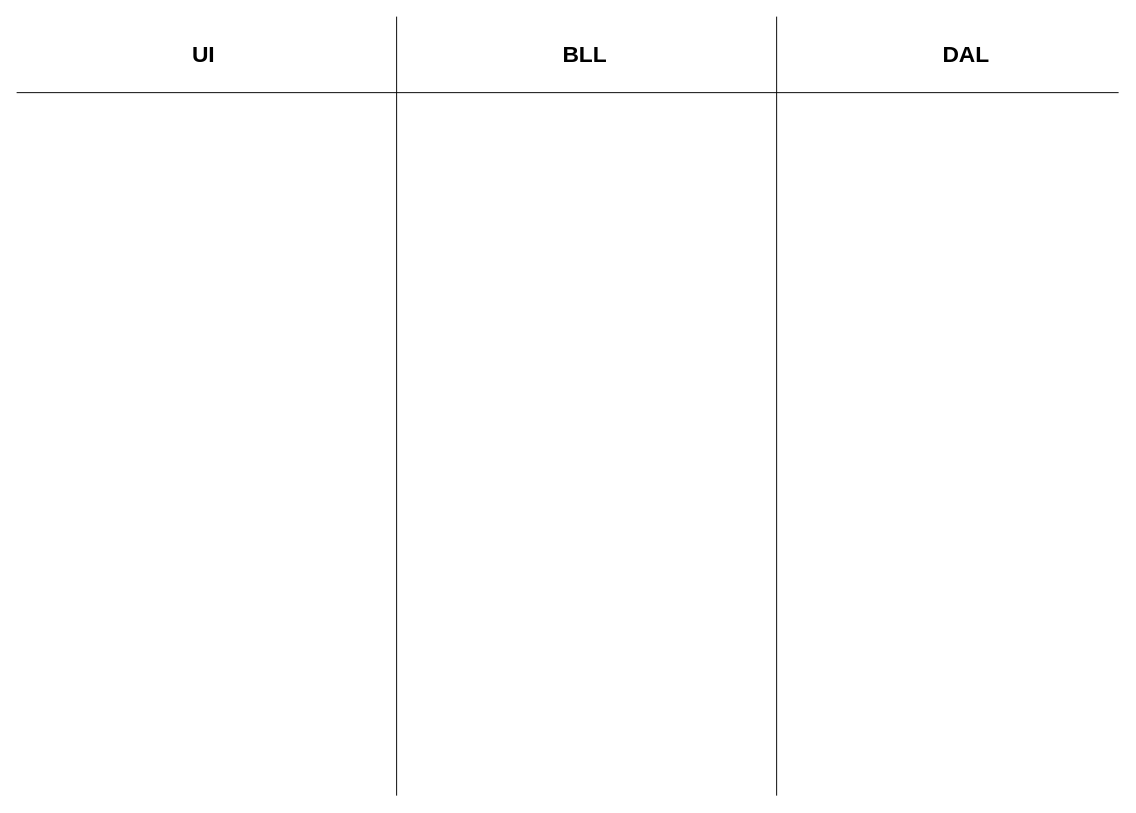
TimSeryakov/draw.io-diagrams keeps this draw.io diagram as Untitled Diagram.drawio. Above is the earlier version. Source tidied: cells renumbered, new cells numbered last; positions are measured from the earlier drawing's top-left corner, leaving out a move shared by most shapes. Both pictures are drawn from the tidied source at 95%, with x=0, y=0 at pixel (16, 16). Pictures stored in the file or linked from it are replaced by grey dashed boxes.
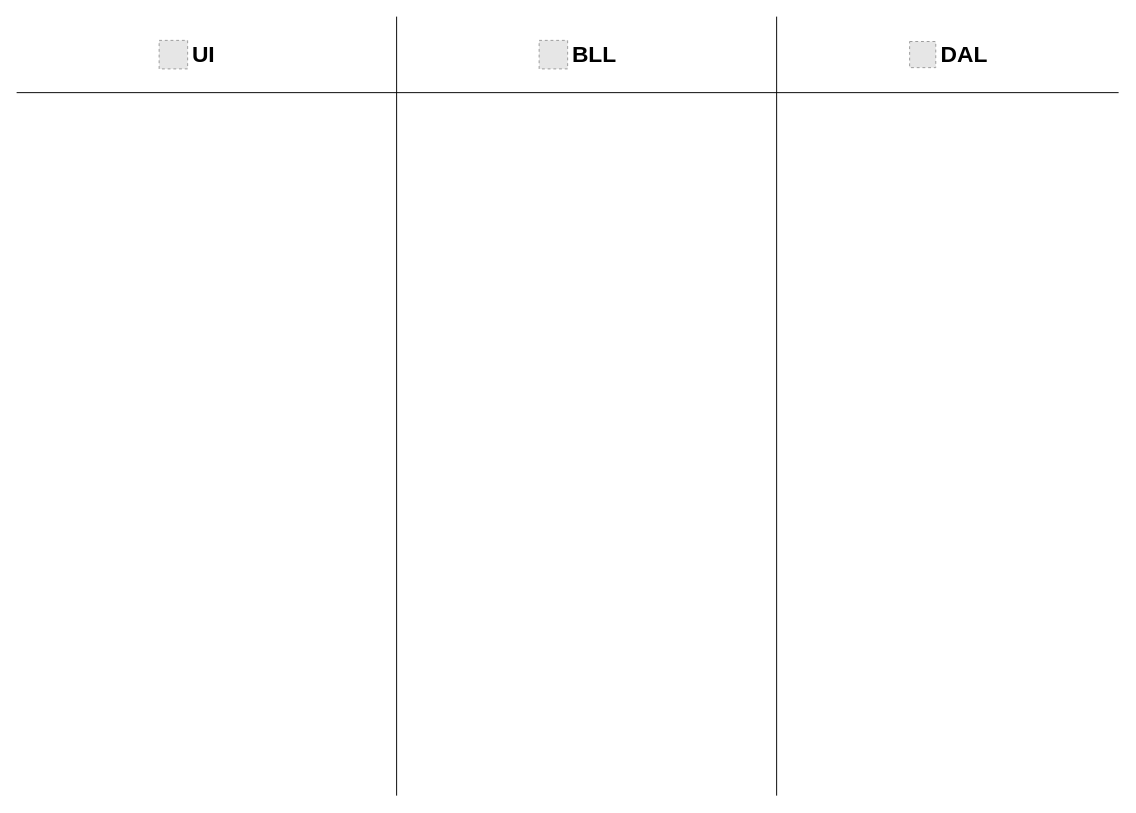
Above is the later version.

Diff of the diagram source:
```diff
@@
 <mxGraphModel>
   <root>
     <mxCell id="0" />
     <mxCell id="1" parent="0" />
     <mxCell id="2" style="endArrow=none;html=1;" parent="1" edge="1">
       <mxGeometry relative="1" as="geometry">
         <mxPoint x="400" y="820" as="sourcePoint" />
         <mxPoint x="400" as="targetPoint" />
       </mxGeometry>
     </mxCell>
     <mxCell id="3" style="endArrow=none;html=1;" parent="1" edge="1">
       <mxGeometry relative="1" as="geometry">
         <mxPoint x="800" y="820" as="sourcePoint" />
         <mxPoint x="800" as="targetPoint" />
       </mxGeometry>
     </mxCell>
     <mxCell id="4" style="endArrow=none;html=1;" parent="1" edge="1">
       <mxGeometry relative="1" as="geometry">
         <mxPoint y="80" as="sourcePoint" />
         <mxPoint x="1160" y="80" as="targetPoint" />
       </mxGeometry>
     </mxCell>
+    <mxCell id="8" style="group;" parent="1" vertex="1">
+      <mxGeometry x="550" y="20" width="90" height="40" as="geometry" />
+    </mxCell>
+    <mxCell id="6" value="&lt;h1&gt;BLL&lt;/h1&gt;" style="text;html=1;strokeColor=none;fillColor=none;spacing=5;spacingTop=-20;whiteSpace=wrap;overflow=hidden;rounded=0;" parent="8" vertex="1">
+      <mxGeometry x="30" width="60" height="40" as="geometry" />
+    </mxCell>
+    <mxCell id="9" style="fillColor=#E6E6E6;strokeColor=#999999;dashed=1;html=1;verticalAlign=top;verticalLabelPosition=bottom;labelBackgroundColor=#ffffff;" parent="8" vertex="1">
+      <mxGeometry y="5" width="30" height="30" as="geometry" />
+    </mxCell>
+    <mxCell id="10" style="group;" parent="1" vertex="1">
+      <mxGeometry x="150" y="20" width="70" height="40" as="geometry" />
+    </mxCell>
-    <mxCell id="5" value="&lt;h1&gt;UI&lt;/h1&gt;" style="text;html=1;strokeColor=none;fillColor=none;spacing=5;spacingTop=-20;whiteSpace=wrap;overflow=hidden;rounded=0;" parent="1" vertex="1">
-      <mxGeometry x="180" y="20" width="40" height="40" as="geometry" />
+    <mxCell id="5" value="&lt;h1&gt;UI&lt;/h1&gt;" style="text;html=1;strokeColor=none;fillColor=none;spacing=5;spacingTop=-20;whiteSpace=wrap;overflow=hidden;rounded=0;" parent="10" vertex="1">
+      <mxGeometry x="30" width="40" height="40" as="geometry" />
     </mxCell>
-    <mxCell id="6" value="&lt;h1&gt;BLL&lt;/h1&gt;" style="text;html=1;strokeColor=none;fillColor=none;spacing=5;spacingTop=-20;whiteSpace=wrap;overflow=hidden;rounded=0;" parent="1" vertex="1">
-      <mxGeometry x="570" y="20" width="60" height="40" as="geometry" />
-    </mxCell>
+    <mxCell id="11" style="fillColor=#E6E6E6;strokeColor=#999999;dashed=1;html=1;verticalAlign=top;verticalLabelPosition=bottom;labelBackgroundColor=#ffffff;" parent="10" vertex="1">
+      <mxGeometry y="5" width="30" height="30" as="geometry" />
+    </mxCell>
+    <mxCell id="12" style="group;" parent="1" vertex="1">
+      <mxGeometry x="940" y="20" width="87.5" height="40" as="geometry" />
+    </mxCell>
-    <mxCell id="7" value="&lt;h1&gt;DAL&lt;/h1&gt;" style="text;html=1;strokeColor=none;fillColor=none;spacing=5;spacingTop=-20;whiteSpace=wrap;overflow=hidden;rounded=0;" parent="1" vertex="1">
-      <mxGeometry x="970" y="20" width="60" height="40" as="geometry" />
+    <mxCell id="7" value="&lt;h1&gt;DAL&lt;/h1&gt;" style="text;html=1;strokeColor=none;fillColor=none;spacing=5;spacingTop=-20;whiteSpace=wrap;overflow=hidden;rounded=0;" parent="12" vertex="1">
+      <mxGeometry x="27.5" width="60" height="40" as="geometry" />
     </mxCell>
+    <mxCell id="13" style="fillColor=#E6E6E6;strokeColor=#999999;dashed=1;html=1;verticalAlign=top;verticalLabelPosition=bottom;labelBackgroundColor=#ffffff;" parent="12" vertex="1">
+      <mxGeometry y="6.2" width="27.5" height="27.5" as="geometry" />
+    </mxCell>
   </root>
 </mxGraphModel>
```
